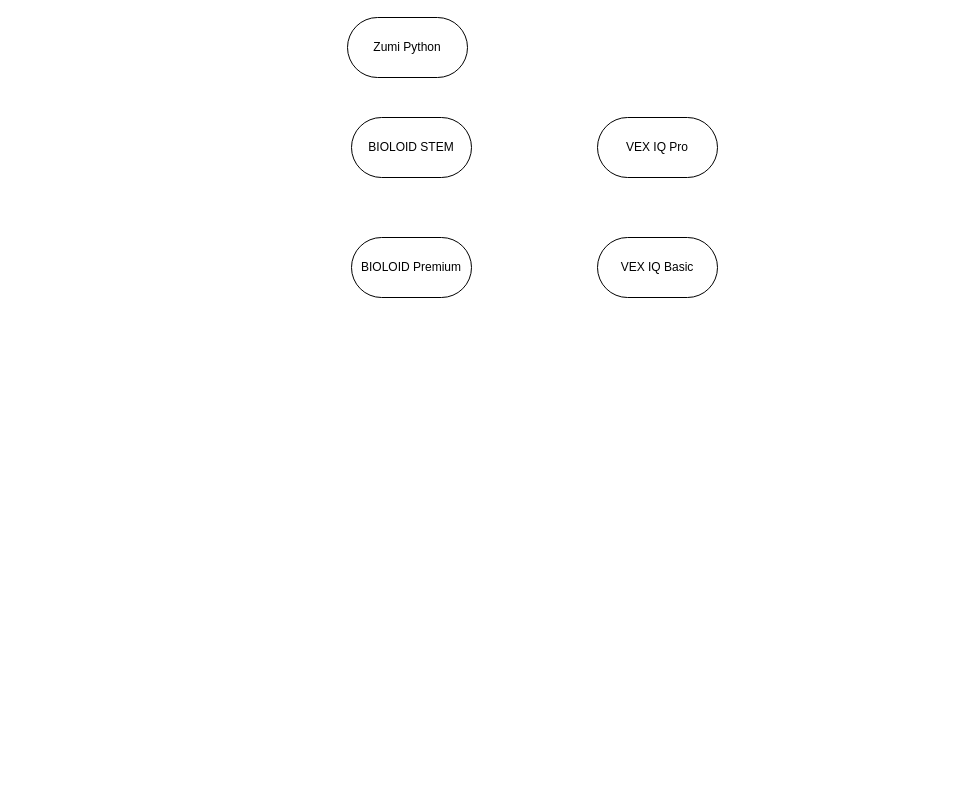
Above: Untitled Diagram.drawio in jarvisN/non2023 (draw.io), before the change. Source tidied: cells renumbered, new cells numbered last; positions are measured from the earlier drawing's top-left corner, leaving out a move shared by most shapes. Both pictures are drawn from the tidied source at 100%, with x=0, y=0 at pixel (347, 17).
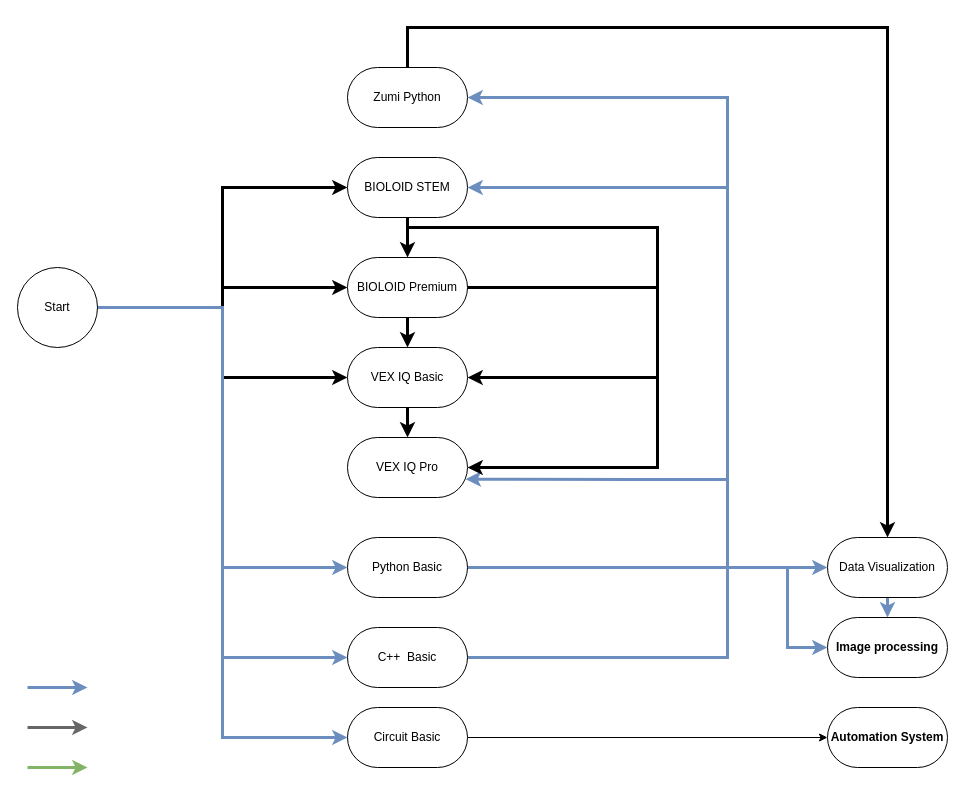
After the change.

Diff of the diagram source:
```diff
@@
+    <mxCell id="7" style="edgeStyle=orthogonalEdgeStyle;rounded=0;jettySize=auto;html=1;exitX=0.5;exitY=0;exitDx=0;exitDy=0;entryX=0.5;entryY=0;entryDx=0;entryDy=0;strokeWidth=3;" parent="1" edge="1" source="2" target="27">
+      <mxGeometry relative="1" as="geometry">
+        <Array as="points">
+          <mxPoint x="60" y="10" />
+          <mxPoint x="540" y="10" />
+        </Array>
+      </mxGeometry>
+    </mxCell>
     <mxCell id="2" value="Zumi Python" style="rounded=1;whiteSpace=wrap;html=1;arcSize=50;" parent="1" vertex="1">
-      <mxGeometry width="120" height="60" as="geometry" />
+      <mxGeometry y="50" width="120" height="60" as="geometry" />
     </mxCell>
+    <mxCell id="8" style="edgeStyle=orthogonalEdgeStyle;rounded=0;jettySize=auto;html=1;exitX=0.5;exitY=1;exitDx=0;exitDy=0;strokeWidth=3;" parent="1" edge="1" source="3" target="4">
+      <mxGeometry relative="1" as="geometry" />
+    </mxCell>
     <mxCell id="3" value="BIOLOID STEM" style="rounded=1;whiteSpace=wrap;html=1;arcSize=50;" parent="1" vertex="1">
-      <mxGeometry x="4" y="100" width="120" height="60" as="geometry" />
+      <mxGeometry y="140" width="120" height="60" as="geometry" />
     </mxCell>
+    <mxCell id="9" style="edgeStyle=orthogonalEdgeStyle;rounded=0;jettySize=auto;html=1;exitX=0.5;exitY=1;exitDx=0;exitDy=0;strokeWidth=3;" parent="1" edge="1" source="4" target="6">
+      <mxGeometry relative="1" as="geometry" />
+    </mxCell>
     <mxCell id="4" value="BIOLOID Premium" style="rounded=1;whiteSpace=wrap;html=1;arcSize=50;" parent="1" vertex="1">
-      <mxGeometry x="4" y="220" width="120" height="60" as="geometry" />
+      <mxGeometry y="240" width="120" height="60" as="geometry" />
     </mxCell>
     <mxCell id="5" value="VEX IQ Pro" style="rounded=1;whiteSpace=wrap;html=1;arcSize=50;" parent="1" vertex="1">
-      <mxGeometry x="250" y="100" width="120" height="60" as="geometry" />
+      <mxGeometry y="420" width="120" height="60" as="geometry" />
     </mxCell>
+    <mxCell id="10" style="edgeStyle=orthogonalEdgeStyle;rounded=0;jettySize=auto;html=1;exitX=0.5;exitY=1;exitDx=0;exitDy=0;entryX=0.5;entryY=0;entryDx=0;entryDy=0;strokeWidth=3;" parent="1" edge="1" source="6" target="5">
+      <mxGeometry relative="1" as="geometry" />
+    </mxCell>
     <mxCell id="6" value="VEX IQ Basic" style="rounded=1;whiteSpace=wrap;html=1;arcSize=50;" parent="1" vertex="1">
-      <mxGeometry x="250" y="220" width="120" height="60" as="geometry" />
+      <mxGeometry y="330" width="120" height="60" as="geometry" />
     </mxCell>
+    <mxCell id="11" style="edgeStyle=orthogonalEdgeStyle;rounded=0;jettySize=auto;html=1;exitX=1;exitY=0.5;exitDx=0;exitDy=0;entryX=0;entryY=0.5;entryDx=0;entryDy=0;fillColor=#dae8fc;strokeColor=#6c8ebf;strokeWidth=3;" parent="1" edge="1" source="17" target="24">
+      <mxGeometry relative="1" as="geometry" />
+    </mxCell>
+    <mxCell id="12" style="edgeStyle=orthogonalEdgeStyle;rounded=0;jettySize=auto;html=1;exitX=1;exitY=0.5;exitDx=0;exitDy=0;entryX=0;entryY=0.5;entryDx=0;entryDy=0;strokeWidth=3;" parent="1" edge="1" source="17" target="3">
+      <mxGeometry relative="1" as="geometry" />
+    </mxCell>
+    <mxCell id="13" style="edgeStyle=orthogonalEdgeStyle;rounded=0;jettySize=auto;html=1;exitX=1;exitY=0.5;exitDx=0;exitDy=0;entryX=0;entryY=0.5;entryDx=0;entryDy=0;strokeWidth=3;" parent="1" edge="1" source="17" target="4">
+      <mxGeometry relative="1" as="geometry" />
+    </mxCell>
+    <mxCell id="14" style="edgeStyle=orthogonalEdgeStyle;rounded=0;jettySize=auto;html=1;exitX=1;exitY=0.5;exitDx=0;exitDy=0;entryX=0;entryY=0.5;entryDx=0;entryDy=0;strokeWidth=3;fillColor=#dae8fc;strokeColor=#6c8ebf;" parent="1" edge="1" source="17" target="29">
+      <mxGeometry relative="1" as="geometry" />
+    </mxCell>
+    <mxCell id="15" style="edgeStyle=orthogonalEdgeStyle;rounded=0;jettySize=auto;html=1;exitX=1;exitY=0.5;exitDx=0;exitDy=0;strokeWidth=3;" parent="1" edge="1" source="17" target="6">
+      <mxGeometry relative="1" as="geometry" />
+    </mxCell>
+    <mxCell id="16" style="edgeStyle=orthogonalEdgeStyle;rounded=0;jettySize=auto;html=1;exitX=1;exitY=0.5;exitDx=0;exitDy=0;entryX=0;entryY=0.5;entryDx=0;entryDy=0;fillColor=#dae8fc;strokeColor=#6c8ebf;strokeWidth=3;" parent="1" edge="1" source="17" target="35">
+      <mxGeometry relative="1" as="geometry" />
+    </mxCell>
+    <mxCell id="17" value="Start" style="ellipse;whiteSpace=wrap;html=1;" parent="1" vertex="1">
+      <mxGeometry x="-330" y="250" width="80" height="80" as="geometry" />
+    </mxCell>
+    <mxCell id="18" style="endArrow=classic;html=1;rounded=0;strokeWidth=3;fillColor=#dae8fc;strokeColor=#6c8ebf;" parent="1" edge="1">
+      <mxGeometry relative="1" as="geometry">
+        <mxPoint x="-320" y="670" as="sourcePoint" />
+        <mxPoint x="-260" y="670" as="targetPoint" />
+      </mxGeometry>
+    </mxCell>
+    <mxCell id="19" style="endArrow=classic;html=1;rounded=0;strokeWidth=3;fillColor=#f5f5f5;strokeColor=#666666;" parent="1" edge="1">
+      <mxGeometry relative="1" as="geometry">
+        <mxPoint x="-320" y="710" as="sourcePoint" />
+        <mxPoint x="-260" y="710" as="targetPoint" />
+      </mxGeometry>
+    </mxCell>
+    <mxCell id="20" style="edgeStyle=orthogonalEdgeStyle;rounded=0;jettySize=auto;html=1;exitX=1;exitY=0.5;exitDx=0;exitDy=0;fillColor=#dae8fc;strokeColor=#6c8ebf;strokeWidth=3;" parent="1" edge="1" source="24" target="27">
+      <mxGeometry relative="1" as="geometry" />
+    </mxCell>
+    <mxCell id="21" style="edgeStyle=orthogonalEdgeStyle;rounded=0;orthogonalLoop=1;jettySize=auto;html=1;exitX=1;exitY=0.5;exitDx=0;exitDy=0;strokeWidth=3;fillColor=#dae8fc;strokeColor=#6c8ebf;" parent="1" edge="1">
+      <mxGeometry relative="1" as="geometry">
+        <mxPoint x="110" y="550" as="sourcePoint" />
+        <mxPoint x="120" y="80" as="targetPoint" />
+        <Array as="points">
+          <mxPoint x="380" y="550" />
+          <mxPoint x="380" y="80" />
+        </Array>
+      </mxGeometry>
+    </mxCell>
+    <mxCell id="22" style="edgeStyle=orthogonalEdgeStyle;rounded=0;jettySize=auto;html=1;exitX=1;exitY=0.5;exitDx=0;exitDy=0;entryX=0.985;entryY=0.695;entryDx=0;entryDy=0;entryPerimeter=0;strokeWidth=3;fillColor=#dae8fc;strokeColor=#6c8ebf;" parent="1" edge="1" source="24" target="5">
+      <mxGeometry relative="1" as="geometry">
+        <Array as="points">
+          <mxPoint x="380" y="550" />
+          <mxPoint x="380" y="462" />
+          <mxPoint x="290" y="462" />
+        </Array>
+      </mxGeometry>
+    </mxCell>
+    <mxCell id="23" style="edgeStyle=orthogonalEdgeStyle;rounded=0;jettySize=auto;html=1;exitX=1;exitY=0.5;exitDx=0;exitDy=0;entryX=0;entryY=0.5;entryDx=0;entryDy=0;fillColor=#dae8fc;strokeColor=#6c8ebf;strokeWidth=3;" parent="1" edge="1" source="24" target="32">
+      <mxGeometry relative="1" as="geometry">
+        <Array as="points">
+          <mxPoint x="440" y="550" />
+          <mxPoint x="440" y="630" />
+        </Array>
+      </mxGeometry>
+    </mxCell>
+    <mxCell id="24" value="Python Basic" style="rounded=1;whiteSpace=wrap;html=1;arcSize=50;" parent="1" vertex="1">
+      <mxGeometry y="520" width="120" height="60" as="geometry" />
+    </mxCell>
+    <mxCell id="25" style="endArrow=classic;html=1;rounded=0;strokeWidth=3;fillColor=#d5e8d4;strokeColor=#82b366;" parent="1" edge="1">
+      <mxGeometry relative="1" as="geometry">
+        <mxPoint x="-320" y="750" as="sourcePoint" />
+        <mxPoint x="-260" y="750" as="targetPoint" />
+      </mxGeometry>
+    </mxCell>
+    <mxCell id="26" style="edgeStyle=orthogonalEdgeStyle;rounded=0;jettySize=auto;html=1;exitX=0.5;exitY=1;exitDx=0;exitDy=0;entryX=0.5;entryY=0;entryDx=0;entryDy=0;fillColor=#dae8fc;strokeColor=#6c8ebf;strokeWidth=3;" parent="1" edge="1" source="27" target="32">
+      <mxGeometry relative="1" as="geometry" />
+    </mxCell>
+    <mxCell id="27" value="Data Visualization" style="rounded=1;whiteSpace=wrap;html=1;arcSize=50;" parent="1" vertex="1">
+      <mxGeometry x="480" y="520" width="120" height="60" as="geometry" />
+    </mxCell>
+    <mxCell id="28" style="edgeStyle=orthogonalEdgeStyle;rounded=0;jettySize=auto;html=1;exitX=1;exitY=0.5;exitDx=0;exitDy=0;entryX=1;entryY=0.5;entryDx=0;entryDy=0;fillColor=#dae8fc;strokeColor=#6c8ebf;strokeWidth=3;" parent="1" edge="1" source="29" target="3">
+      <mxGeometry relative="1" as="geometry">
+        <Array as="points">
+          <mxPoint x="380" y="640" />
+          <mxPoint x="380" y="170" />
+        </Array>
+      </mxGeometry>
+    </mxCell>
+    <mxCell id="29" value="C++ &amp;nbsp;Basic" style="rounded=1;whiteSpace=wrap;html=1;arcSize=50;" parent="1" vertex="1">
+      <mxGeometry y="610" width="120" height="60" as="geometry" />
+    </mxCell>
+    <mxCell id="30" style="edgeStyle=orthogonalEdgeStyle;rounded=0;jettySize=auto;html=1;exitX=0.5;exitY=1;exitDx=0;exitDy=0;entryX=1;entryY=0.5;entryDx=0;entryDy=0;strokeWidth=3;" parent="1" edge="1" source="3" target="6">
+      <mxGeometry relative="1" as="geometry">
+        <Array as="points">
+          <mxPoint x="60" y="210" />
+          <mxPoint x="310" y="210" />
+          <mxPoint x="310" y="360" />
+        </Array>
+      </mxGeometry>
+    </mxCell>
+    <mxCell id="31" style="edgeStyle=orthogonalEdgeStyle;rounded=0;jettySize=auto;html=1;exitX=1;exitY=0.5;exitDx=0;exitDy=0;entryX=1;entryY=0.5;entryDx=0;entryDy=0;strokeWidth=3;" parent="1" edge="1" source="4" target="5">
+      <mxGeometry relative="1" as="geometry">
+        <Array as="points">
+          <mxPoint x="310" y="270" />
+          <mxPoint x="310" y="450" />
+        </Array>
+      </mxGeometry>
+    </mxCell>
+    <mxCell id="32" value="Image processing" style="rounded=1;whiteSpace=wrap;html=1;arcSize=50;fontStyle=1;" parent="1" vertex="1">
+      <mxGeometry x="480" y="600" width="120" height="60" as="geometry" />
+    </mxCell>
+    <mxCell id="33" value="Automation System" style="rounded=1;whiteSpace=wrap;html=1;arcSize=50;fontStyle=1;" parent="1" vertex="1">
+      <mxGeometry x="480" y="690" width="120" height="60" as="geometry" />
+    </mxCell>
+    <mxCell id="34" style="edgeStyle=orthogonalEdgeStyle;rounded=0;jettySize=auto;html=1;exitX=1;exitY=0.5;exitDx=0;exitDy=0;" parent="1" edge="1" source="35" target="33">
+      <mxGeometry relative="1" as="geometry" />
+    </mxCell>
+    <mxCell id="35" value="Circuit Basic" style="rounded=1;whiteSpace=wrap;html=1;arcSize=50;" parent="1" vertex="1">
+      <mxGeometry y="690" width="120" height="60" as="geometry" />
+    </mxCell>
```
